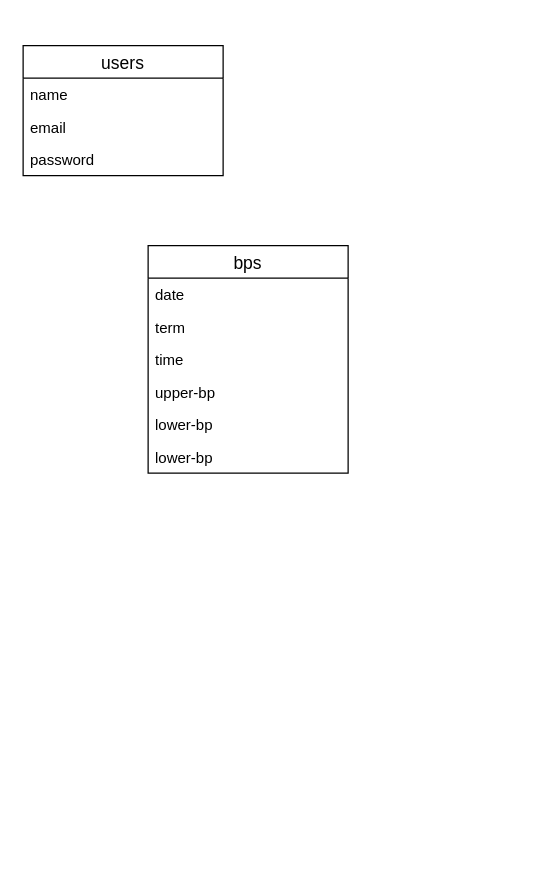
Above: database.drawio in honda0924/myREC-nekoyashiki (draw.io), before the change. Source tidied: cells renumbered, new cells numbered last; positions are measured from the earlier drawing's top-left corner, leaving out a move shared by most shapes. Both pictures are drawn from the tidied source at 125%, with x=0, y=0 at pixel (22, 45).
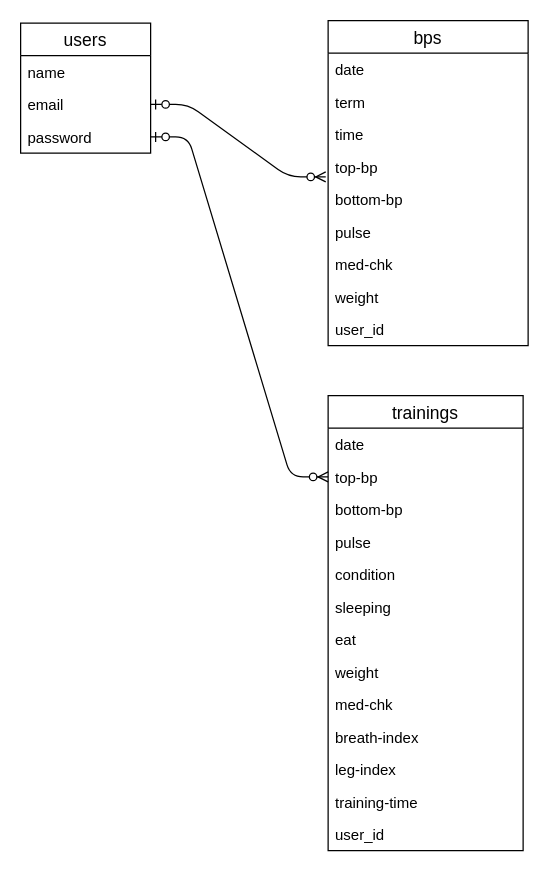
The same page after the edit.

Commit message:
add_trainings_table_to_drawio

What changed in the source:
```diff
@@
-    <mxCell id="2" value="users" style="swimlane;fontStyle=0;horizontal=1;startSize=26;align=center;fontSize=14;" parent="1" vertex="1">
-      <mxGeometry width="160" height="104" as="geometry" />
-    </mxCell>
-    <mxCell id="3" value="name" style="text;strokeColor=none;fillColor=none;spacingLeft=4;spacingRight=4;overflow=hidden;fontSize=12;" parent="2" vertex="1">
-      <mxGeometry y="26" width="160" height="26" as="geometry" />
-    </mxCell>
-    <mxCell id="4" value="email" style="text;strokeColor=none;fillColor=none;spacingLeft=4;spacingRight=4;overflow=hidden;points=[[0,0.5],[1,0.5]];portConstraint=eastwest;fontSize=12;" parent="2" vertex="1">
-      <mxGeometry y="52" width="160" height="26" as="geometry" />
-    </mxCell>
-    <mxCell id="5" value="password&#10;" style="text;strokeColor=none;fillColor=none;spacingLeft=4;spacingRight=4;overflow=hidden;points=[[0,0.5],[1,0.5]];portConstraint=eastwest;fontSize=12;" parent="2" vertex="1">
-      <mxGeometry y="78" width="160" height="26" as="geometry" />
-    </mxCell>
     <mxCell id="6" value="bps" style="swimlane;fontStyle=0;horizontal=1;startSize=26;align=center;fontSize=14;" parent="1" vertex="1">
-      <mxGeometry x="100" y="160" width="160" height="182" as="geometry" />
+      <mxGeometry x="244" y="-20" width="160" height="260" as="geometry" />
     </mxCell>
@@
-    <mxCell id="10" value="upper-bp" style="text;strokeColor=none;fillColor=none;spacingLeft=4;spacingRight=4;overflow=hidden;points=[[0,0.5],[1,0.5]];portConstraint=eastwest;fontSize=12;" parent="6" vertex="1">
+    <mxCell id="10" value="top-bp" style="text;strokeColor=none;fillColor=none;spacingLeft=4;spacingRight=4;overflow=hidden;points=[[0,0.5],[1,0.5]];portConstraint=eastwest;fontSize=12;" parent="6" vertex="1">
       <mxGeometry y="104" width="160" height="26" as="geometry" />
     </mxCell>
-    <mxCell id="11" value="lower-bp" style="text;strokeColor=none;fillColor=none;spacingLeft=4;spacingRight=4;overflow=hidden;fontSize=12;" parent="6" vertex="1">
+    <mxCell id="11" value="bottom-bp" style="text;strokeColor=none;fillColor=none;spacingLeft=4;spacingRight=4;overflow=hidden;fontSize=12;" parent="6" vertex="1">
       <mxGeometry y="130" width="160" height="26" as="geometry" />
     </mxCell>
-    <mxCell id="12" value="lower-bp" style="text;strokeColor=none;fillColor=none;spacingLeft=4;spacingRight=4;overflow=hidden;fontSize=12;" parent="6" vertex="1">
+    <mxCell id="12" value="pulse" style="text;strokeColor=none;fillColor=none;spacingLeft=4;spacingRight=4;overflow=hidden;fontSize=12;" parent="6" vertex="1">
       <mxGeometry y="156" width="160" height="26" as="geometry" />
     </mxCell>
+    <mxCell id="13" value="med-chk" style="text;strokeColor=none;fillColor=none;spacingLeft=4;spacingRight=4;overflow=hidden;fontSize=12;" parent="6" vertex="1">
+      <mxGeometry y="182" width="160" height="26" as="geometry" />
+    </mxCell>
+    <mxCell id="14" value="weight" style="text;strokeColor=none;fillColor=none;spacingLeft=4;spacingRight=4;overflow=hidden;fontSize=12;" parent="6" vertex="1">
+      <mxGeometry y="208" width="160" height="26" as="geometry" />
+    </mxCell>
+    <mxCell id="15" value="user_id" style="text;strokeColor=none;fillColor=none;spacingLeft=4;spacingRight=4;overflow=hidden;fontSize=12;" parent="6" vertex="1">
+      <mxGeometry y="234" width="160" height="26" as="geometry" />
+    </mxCell>
+    <mxCell id="2" value="users" style="swimlane;fontStyle=0;horizontal=1;startSize=26;align=center;fontSize=14;direction=east;" parent="1" vertex="1">
+      <mxGeometry x="-2" y="-18" width="104" height="104" as="geometry" />
+    </mxCell>
+    <mxCell id="3" value="name" style="text;strokeColor=none;fillColor=none;spacingLeft=4;spacingRight=4;overflow=hidden;fontSize=12;" parent="2" vertex="1">
+      <mxGeometry y="26" width="104" height="26" as="geometry" />
+    </mxCell>
+    <mxCell id="4" value="email" style="text;strokeColor=none;fillColor=none;spacingLeft=4;spacingRight=4;overflow=hidden;points=[[0,0.5],[1,0.5]];portConstraint=eastwest;fontSize=12;" parent="2" vertex="1">
+      <mxGeometry y="52" width="104" height="26" as="geometry" />
+    </mxCell>
+    <mxCell id="5" value="password&#10;" style="text;strokeColor=none;fillColor=none;spacingLeft=4;spacingRight=4;overflow=hidden;points=[[0,0.5],[1,0.5]];portConstraint=eastwest;fontSize=12;" parent="2" vertex="1">
+      <mxGeometry y="78" width="104" height="26" as="geometry" />
+    </mxCell>
+    <mxCell id="16" style="edgeStyle=entityRelationEdgeStyle;fontSize=12;html=1;endArrow=ERzeroToMany;startArrow=ERzeroToOne;exitX=1;exitY=0.5;exitDx=0;exitDy=0;entryX=-0.012;entryY=0.808;entryDx=0;entryDy=0;entryPerimeter=0;" parent="1" edge="1" source="4" target="10">
+      <mxGeometry relative="1" as="geometry" />
+    </mxCell>
+    <mxCell id="17" style="edgeStyle=entityRelationEdgeStyle;fontSize=12;html=1;endArrow=ERzeroToMany;startArrow=ERzeroToOne;exitX=1;exitY=0.5;exitDx=0;exitDy=0;entryX=0;entryY=0.5;entryDx=0;entryDy=0;" parent="1" edge="1" source="5">
+      <mxGeometry relative="1" as="geometry">
+        <mxPoint x="244" y="345" as="targetPoint" />
+      </mxGeometry>
+    </mxCell>
+    <mxCell id="18" value="trainings" style="swimlane;fontStyle=0;horizontal=1;startSize=26;align=center;fontSize=14;direction=east;" parent="1" vertex="1">
+      <mxGeometry x="244" y="280" width="156" height="364" as="geometry" />
+    </mxCell>
+    <mxCell id="19" value="date" style="text;strokeColor=none;fillColor=none;spacingLeft=4;spacingRight=4;overflow=hidden;fontSize=12;" parent="18" vertex="1">
+      <mxGeometry y="26" width="156" height="26" as="geometry" />
+    </mxCell>
+    <mxCell id="20" value="top-bp" style="text;strokeColor=none;fillColor=none;spacingLeft=4;spacingRight=4;overflow=hidden;fontSize=12;" parent="18" vertex="1">
+      <mxGeometry y="52" width="156" height="26" as="geometry" />
+    </mxCell>
+    <mxCell id="21" value="bottom-bp" style="text;strokeColor=none;fillColor=none;spacingLeft=4;spacingRight=4;overflow=hidden;fontSize=12;" parent="18" vertex="1">
+      <mxGeometry y="78" width="156" height="26" as="geometry" />
+    </mxCell>
+    <mxCell id="22" value="pulse" style="text;strokeColor=none;fillColor=none;spacingLeft=4;spacingRight=4;overflow=hidden;fontSize=12;" parent="18" vertex="1">
+      <mxGeometry y="104" width="156" height="26" as="geometry" />
+    </mxCell>
+    <mxCell id="23" value="condition" style="text;strokeColor=none;fillColor=none;spacingLeft=4;spacingRight=4;overflow=hidden;fontSize=12;" parent="18" vertex="1">
+      <mxGeometry y="130" width="156" height="26" as="geometry" />
+    </mxCell>
+    <mxCell id="24" value="sleeping" style="text;strokeColor=none;fillColor=none;spacingLeft=4;spacingRight=4;overflow=hidden;fontSize=12;" parent="18" vertex="1">
+      <mxGeometry y="156" width="156" height="26" as="geometry" />
+    </mxCell>
+    <mxCell id="25" value="eat" style="text;strokeColor=none;fillColor=none;spacingLeft=4;spacingRight=4;overflow=hidden;fontSize=12;" parent="18" vertex="1">
+      <mxGeometry y="182" width="156" height="26" as="geometry" />
+    </mxCell>
+    <mxCell id="26" value="weight" style="text;strokeColor=none;fillColor=none;spacingLeft=4;spacingRight=4;overflow=hidden;fontSize=12;" parent="18" vertex="1">
+      <mxGeometry y="208" width="156" height="26" as="geometry" />
+    </mxCell>
+    <mxCell id="27" value="med-chk" style="text;strokeColor=none;fillColor=none;spacingLeft=4;spacingRight=4;overflow=hidden;fontSize=12;" parent="18" vertex="1">
+      <mxGeometry y="234" width="156" height="26" as="geometry" />
+    </mxCell>
+    <mxCell id="28" value="breath-index" style="text;strokeColor=none;fillColor=none;spacingLeft=4;spacingRight=4;overflow=hidden;fontSize=12;" parent="18" vertex="1">
+      <mxGeometry y="260" width="156" height="26" as="geometry" />
+    </mxCell>
+    <mxCell id="29" value="leg-index" style="text;strokeColor=none;fillColor=none;spacingLeft=4;spacingRight=4;overflow=hidden;fontSize=12;" parent="18" vertex="1">
+      <mxGeometry y="286" width="156" height="26" as="geometry" />
+    </mxCell>
+    <mxCell id="30" value="training-time" style="text;strokeColor=none;fillColor=none;spacingLeft=4;spacingRight=4;overflow=hidden;fontSize=12;" parent="18" vertex="1">
+      <mxGeometry y="312" width="156" height="26" as="geometry" />
+    </mxCell>
+    <mxCell id="31" value="user_id&#10;" style="text;strokeColor=none;fillColor=none;spacingLeft=4;spacingRight=4;overflow=hidden;fontSize=12;" parent="18" vertex="1">
+      <mxGeometry y="338" width="156" height="26" as="geometry" />
+    </mxCell>
```
